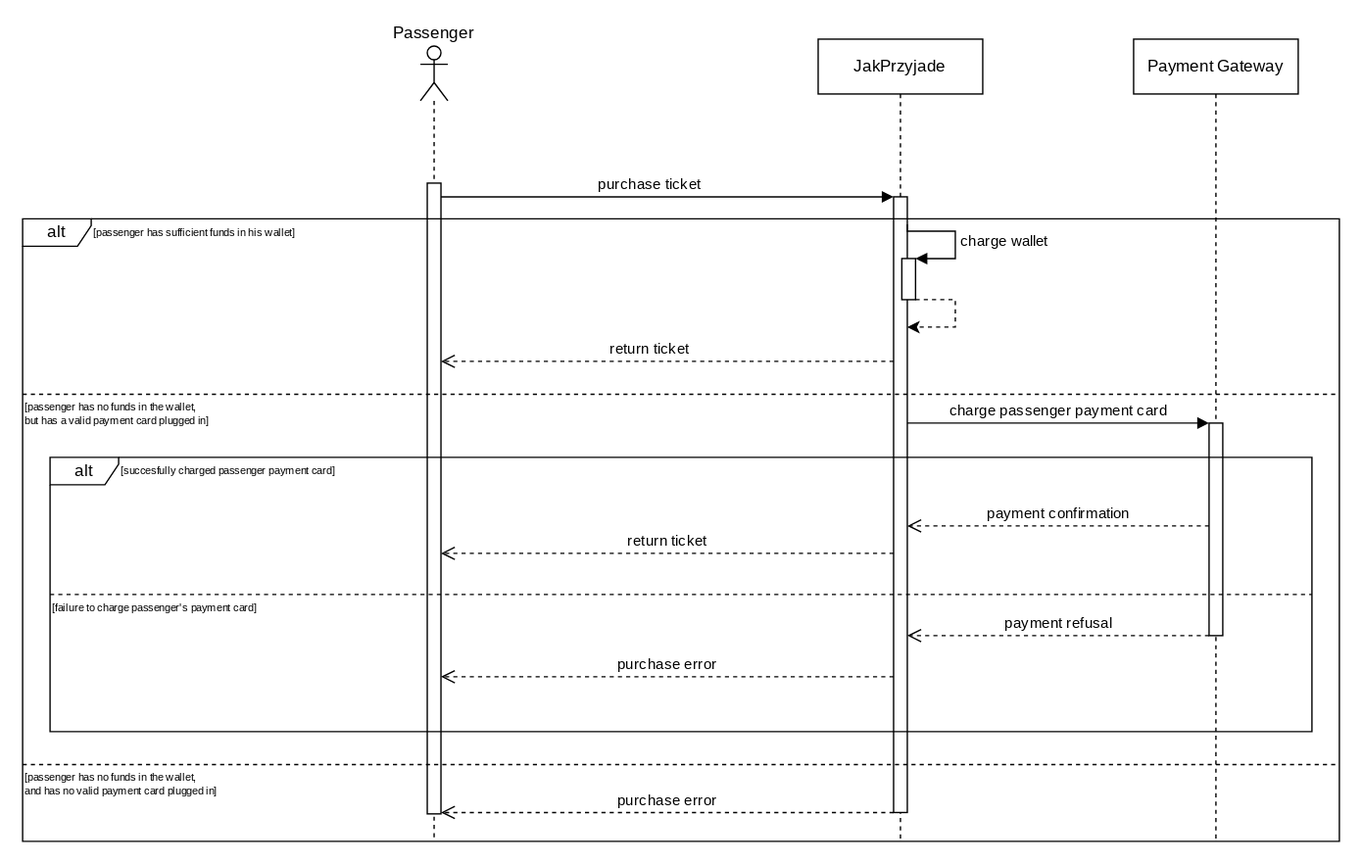
Before: documentation/course/e2/images/sequence-diagram-scenario-ticket-purchase.drawio.svg, a diagram exported from draw.io (PWR-ACS-SE-24/SoftwareSystemDesign). Source tidied: cells renumbered, new cells last; positions are measured from the earlier drawing's top-left corner, leaving out a move shared by most shapes.
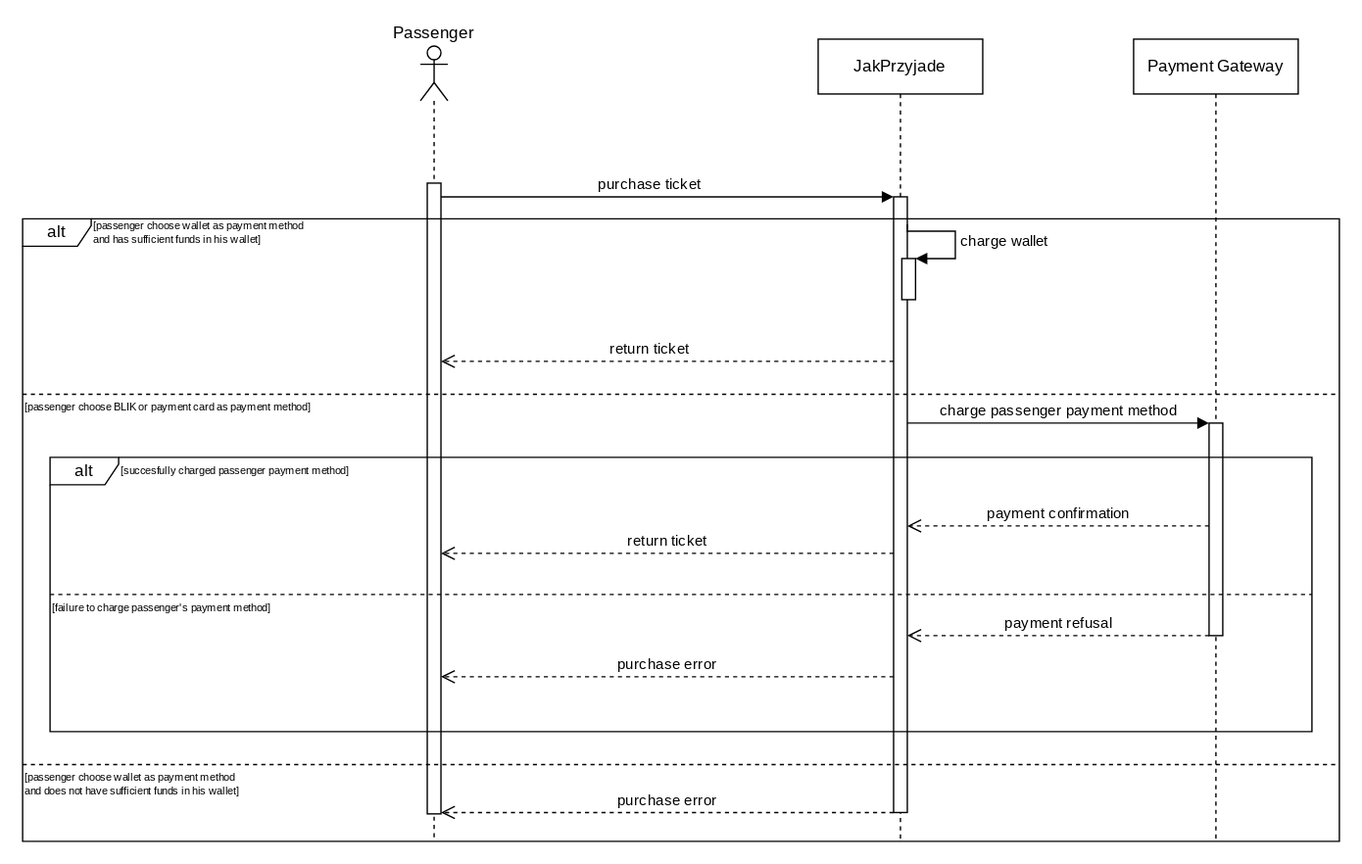
The same file after the commit.

Commit message:
post post review fix

Diff of the diagram source:
```diff
@@ -14,14 +14,6 @@
     <mxCell id="5" style="html=1;points=[[0,0,0,0,5],[0,1,0,0,-5],[1,0,0,0,5],[1,1,0,0,-5]];perimeter=orthogonalPerimeter;outlineConnect=0;targetShapes=umlLifeline;portConstraint=eastwest;newEdgeStyle={&quot;curved&quot;:0,&quot;rounded&quot;:0};fontFamily=JetBrains Mono;fontSource=https%3A%2F%2Ffonts.googleapis.com%2Fcss%3Ffamily%3DJetBrains%2BMono;" parent="4" vertex="1">
       <mxGeometry x="55" y="115" width="10" height="449" as="geometry" />
     </mxCell>
-    <mxCell id="6" style="edgeStyle=orthogonalEdgeStyle;rounded=0;jettySize=auto;html=1;curved=0;dashed=1;fontFamily=JetBrains Mono;fontSource=https%3A%2F%2Ffonts.googleapis.com%2Fcss%3Ffamily%3DJetBrains%2BMono;" parent="4" edge="1" source="7" target="5">
-      <mxGeometry relative="1" as="geometry">
-        <Array as="points">
-          <mxPoint x="100" y="190" />
-          <mxPoint x="100" y="210" />
-        </Array>
-      </mxGeometry>
-    </mxCell>
     <mxCell id="7" style="html=1;points=[[0,0,0,0,5],[0,1,0,0,-5],[1,0,0,0,5],[1,1,0,0,-5]];perimeter=orthogonalPerimeter;outlineConnect=0;targetShapes=umlLifeline;portConstraint=eastwest;newEdgeStyle={&quot;curved&quot;:0,&quot;rounded&quot;:0};fontFamily=JetBrains Mono;fontSource=https%3A%2F%2Ffonts.googleapis.com%2Fcss%3Ffamily%3DJetBrains%2BMono;" parent="4" vertex="1">
       <mxGeometry x="61" y="160" width="10" height="30" as="geometry" />
     </mxCell>
@@ -59,13 +51,13 @@
     <mxCell id="13" style="line;strokeWidth=1;fillColor=none;align=left;verticalAlign=middle;spacingTop=-1;spacingLeft=3;spacingRight=3;labelPosition=right;strokeColor=inherit;dashed=1;fontFamily=JetBrains Mono;fontSource=https%3A%2F%2Ffonts.googleapis.com%2Fcss%3Ffamily%3DJetBrains%2BMono;" parent="1" vertex="1">
       <mxGeometry y="255" width="960" height="8" as="geometry" />
     </mxCell>
-    <mxCell id="14" value="[passenger has sufficient funds in his wallet]" style="text;html=1;align=left;verticalAlign=middle;strokeColor=none;fillColor=none;fontFamily=JetBrains Mono;fontSource=https%3A%2F%2Ffonts.googleapis.com%2Fcss%3Ffamily%3DJetBrains%2BMono;fontSize=8;" parent="1" vertex="1">
-      <mxGeometry x="50" y="131" width="240" height="20" as="geometry" />
+    <mxCell id="14" value="[passenger choose wallet as payment method&lt;div&gt;and has sufficient funds in his wallet]&lt;/div&gt;" style="text;html=1;align=left;verticalAlign=middle;strokeColor=none;fillColor=none;fontFamily=JetBrains Mono;fontSource=https%3A%2F%2Ffonts.googleapis.com%2Fcss%3Ffamily%3DJetBrains%2BMono;fontSize=8;" parent="1" vertex="1">
+      <mxGeometry x="50" y="126" width="230" height="30" as="geometry" />
     </mxCell>
-    <mxCell id="15" value="[passenger has no funds in the wallet,&lt;div&gt;but has a valid payment card plugged in]&lt;/div&gt;" style="text;html=1;align=left;verticalAlign=middle;strokeColor=none;fillColor=none;fontFamily=JetBrains Mono;fontSource=https%3A%2F%2Ffonts.googleapis.com%2Fcss%3Ffamily%3DJetBrains%2BMono;fontSize=8;" parent="1" vertex="1">
-      <mxGeometry y="258" width="220" height="30" as="geometry" />
+    <mxCell id="15" value="[passenger choose BLIK or payment card as payment method&lt;span style=&quot;background-color: initial;&quot;&gt;]&lt;/span&gt;" style="text;html=1;align=left;verticalAlign=middle;strokeColor=none;fillColor=none;fontFamily=JetBrains Mono;fontSource=https%3A%2F%2Ffonts.googleapis.com%2Fcss%3Ffamily%3DJetBrains%2BMono;fontSize=8;" parent="1" vertex="1">
+      <mxGeometry y="258" width="300" height="20" as="geometry" />
     </mxCell>
-    <mxCell id="16" value="charge passenger payment card" style="html=1;verticalAlign=bottom;endArrow=block;curved=0;rounded=0;fontFamily=JetBrains Mono;fontSource=https%3A%2F%2Ffonts.googleapis.com%2Fcss%3Ffamily%3DJetBrains%2BMono;" parent="1" edge="1" source="5" target="17">
+    <mxCell id="16" value="charge passenger payment method" style="html=1;verticalAlign=bottom;endArrow=block;curved=0;rounded=0;fontFamily=JetBrains Mono;fontSource=https%3A%2F%2Ffonts.googleapis.com%2Fcss%3Ffamily%3DJetBrains%2BMono;" parent="1" edge="1" source="5" target="17">
       <mxGeometry relative="1" as="geometry">
         <Array as="points">
           <mxPoint x="770" y="280" />
@@ -78,8 +70,8 @@
     <mxCell id="18" value="alt" style="shape=umlFrame;whiteSpace=wrap;html=1;width=50;height=20;fontFamily=JetBrains Mono;fontSource=https%3A%2F%2Ffonts.googleapis.com%2Fcss%3Ffamily%3DJetBrains%2BMono;" parent="1" vertex="1">
       <mxGeometry x="20" y="305" width="920" height="200" as="geometry" />
     </mxCell>
-    <mxCell id="19" value="[succesfully charged passenger payment card]" style="text;html=1;align=left;verticalAlign=middle;strokeColor=none;fillColor=none;fontFamily=JetBrains Mono;fontSource=https%3A%2F%2Ffonts.googleapis.com%2Fcss%3Ffamily%3DJetBrains%2BMono;fontSize=8;" parent="1" vertex="1">
-      <mxGeometry x="70" y="305" width="230" height="20" as="geometry" />
+    <mxCell id="19" value="[succesfully charged passenger payment method]" style="text;html=1;align=left;verticalAlign=middle;strokeColor=none;fillColor=none;fontFamily=JetBrains Mono;fontSource=https%3A%2F%2Ffonts.googleapis.com%2Fcss%3Ffamily%3DJetBrains%2BMono;fontSize=8;" parent="1" vertex="1">
+      <mxGeometry x="70" y="305" width="240" height="20" as="geometry" />
     </mxCell>
     <mxCell id="20" value="payment confirmation" style="html=1;verticalAlign=bottom;endArrow=open;dashed=1;endSize=8;curved=0;rounded=0;fontFamily=JetBrains Mono;fontSource=https%3A%2F%2Ffonts.googleapis.com%2Fcss%3Ffamily%3DJetBrains%2BMono;" parent="1" edge="1" source="17" target="5">
       <mxGeometry relative="1" as="geometry">
@@ -100,8 +92,8 @@
     <mxCell id="22" style="line;strokeWidth=1;fillColor=none;align=left;verticalAlign=middle;spacingTop=-1;spacingLeft=3;spacingRight=3;labelPosition=right;strokeColor=inherit;dashed=1;" parent="1" vertex="1">
       <mxGeometry x="20" y="401" width="920" height="8" as="geometry" />
     </mxCell>
-    <mxCell id="23" value="[failure to charge passenger's payment card]" style="text;html=1;align=left;verticalAlign=middle;strokeColor=none;fillColor=none;fontFamily=JetBrains Mono;fontSource=https%3A%2F%2Ffonts.googleapis.com%2Fcss%3Ffamily%3DJetBrains%2BMono;fontSize=8;" parent="1" vertex="1">
-      <mxGeometry x="20" y="405" width="230" height="20" as="geometry" />
+    <mxCell id="23" value="[failure to charge passenger's payment method]" style="text;html=1;align=left;verticalAlign=middle;strokeColor=none;fillColor=none;fontFamily=JetBrains Mono;fontSource=https%3A%2F%2Ffonts.googleapis.com%2Fcss%3Ffamily%3DJetBrains%2BMono;fontSize=8;" parent="1" vertex="1">
+      <mxGeometry x="20" y="405" width="240" height="20" as="geometry" />
     </mxCell>
     <mxCell id="24" value="payment refusal" style="html=1;verticalAlign=bottom;endArrow=open;dashed=1;endSize=8;curved=0;rounded=0;fontFamily=JetBrains Mono;fontSource=https%3A%2F%2Ffonts.googleapis.com%2Fcss%3Ffamily%3DJetBrains%2BMono;" parent="1" edge="1">
       <mxGeometry relative="1" as="geometry">
@@ -118,8 +110,8 @@
     <mxCell id="26" style="line;strokeWidth=1;fillColor=none;align=left;verticalAlign=middle;spacingTop=-1;spacingLeft=3;spacingRight=3;labelPosition=right;strokeColor=inherit;dashed=1;" parent="1" vertex="1">
       <mxGeometry y="525" width="960" height="8" as="geometry" />
     </mxCell>
-    <mxCell id="27" value="[passenger has no funds in the wallet,&lt;div&gt;and has no valid payment card plugged in]&lt;/div&gt;" style="text;html=1;align=left;verticalAlign=middle;strokeColor=none;fillColor=none;fontFamily=JetBrains Mono;fontSource=https%3A%2F%2Ffonts.googleapis.com%2Fcss%3Ffamily%3DJetBrains%2BMono;fontSize=8;" parent="1" vertex="1">
-      <mxGeometry y="528" width="220" height="30" as="geometry" />
+    <mxCell id="27" value="[passenger choose wallet as payment method&lt;div&gt;and does not have sufficient funds in his wallet]&lt;/div&gt;" style="text;html=1;align=left;verticalAlign=middle;strokeColor=none;fillColor=none;fontFamily=JetBrains Mono;fontSource=https%3A%2F%2Ffonts.googleapis.com%2Fcss%3Ffamily%3DJetBrains%2BMono;fontSize=8;" parent="1" vertex="1">
+      <mxGeometry y="528" width="260" height="30" as="geometry" />
     </mxCell>
     <mxCell id="28" value="&lt;font face=&quot;JetBrains Mono&quot;&gt;purchase error&lt;/font&gt;" style="html=1;verticalAlign=bottom;endArrow=open;dashed=1;endSize=8;curved=0;rounded=0;" parent="1" edge="1">
       <mxGeometry relative="1" as="geometry">
```
